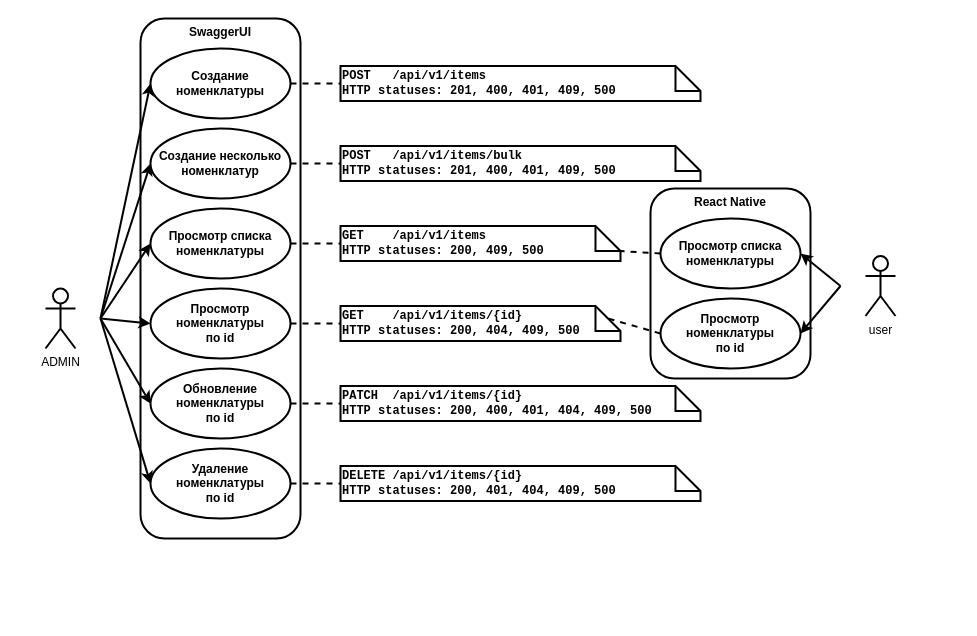
Above: sources/images/UML/UML_precedent_items.drawio in Pavel-Innokentevich-Galanin/dp_report (draw.io), before the change. Source tidied: cells renumbered, new cells numbered last; positions are measured from the earlier drawing's top-left corner, leaving out a move shared by most shapes. Both pictures are drawn from the tidied source at 100%, with x=0, y=0 at pixel (20, 18).
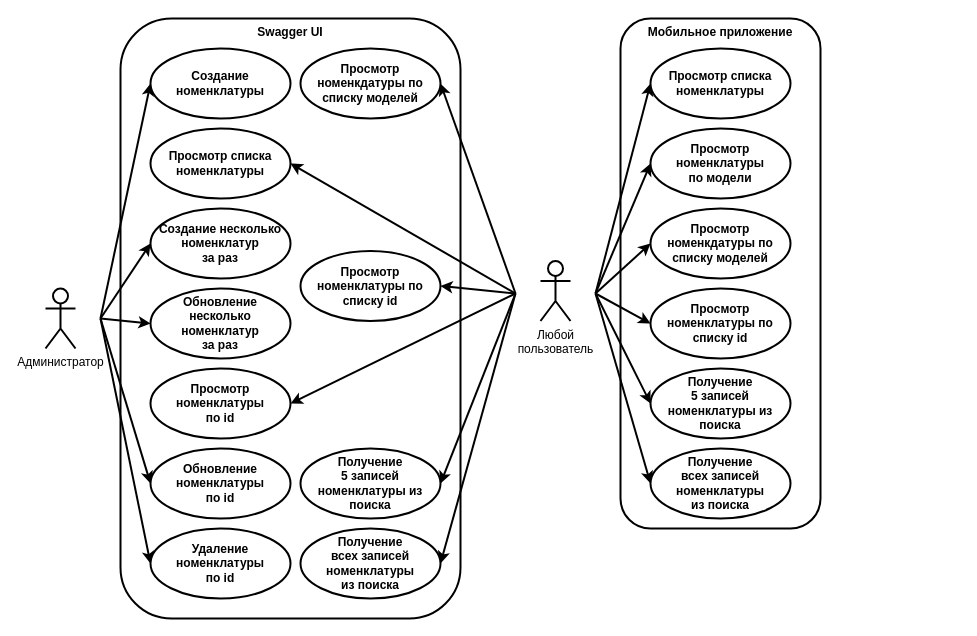
After the change.

Unchanged cells that the change refers to:
```xml
<mxCell id="2" value="&amp;nbsp;" style="html=1;whiteSpace=wrap;fillColor=none;strokeColor=none;" parent="1" vertex="1">
  <mxGeometry y="240" width="80" height="120" as="geometry" />
</mxCell>
<mxCell id="31" value="Создание&lt;br&gt;номенклатуры" style="ellipse;whiteSpace=wrap;html=1;strokeWidth=2;fontStyle=1;" parent="1" vertex="1">
  <mxGeometry x="130" y="30" width="140" height="70" as="geometry" />
</mxCell>
```

Diff of the diagram source:
```diff
@@
-    <mxCell id="3" value="SwaggerUI" style="html=1;whiteSpace=wrap;rounded=1;strokeWidth=2;fontStyle=1;verticalAlign=top;" parent="1" vertex="1">
-      <mxGeometry x="120" width="160" height="520" as="geometry" />
+    <mxCell id="3" value="Swagger UI" style="html=1;whiteSpace=wrap;rounded=1;strokeWidth=2;fontStyle=1;verticalAlign=top;" parent="1" vertex="1">
+      <mxGeometry x="100" width="340" height="600" as="geometry" />
     </mxCell>
-    <mxCell id="4" value="ADMIN" style="shape=umlActor;verticalLabelPosition=bottom;verticalAlign=top;html=1;fontStyle=0;strokeWidth=2;" parent="1" vertex="1">
+    <mxCell id="4" value="Администратор" style="shape=umlActor;verticalLabelPosition=bottom;verticalAlign=top;html=1;fontStyle=0;strokeWidth=2;" parent="1" vertex="1">
       <mxGeometry x="25" y="270" width="30" height="60" as="geometry" />
     </mxCell>
-    <mxCell id="5" value="React Native" style="html=1;whiteSpace=wrap;rounded=1;strokeWidth=2;fontStyle=1;verticalAlign=top;" parent="1" vertex="1">
-      <mxGeometry x="630" y="170" width="160" height="190" as="geometry" />
+    <mxCell id="5" value="Мобильное приложение" style="html=1;whiteSpace=wrap;rounded=1;strokeWidth=2;fontStyle=1;verticalAlign=top;" parent="1" vertex="1">
+      <mxGeometry x="600" width="200" height="510" as="geometry" />
     </mxCell>
-    <mxCell id="6" style="rounded=0;jettySize=auto;html=1;exitX=1;exitY=0.5;exitDx=0;exitDy=0;entryX=0;entryY=0.5;entryDx=0;entryDy=0;entryPerimeter=0;dashed=1;endArrow=none;endFill=0;strokeWidth=2;" parent="1" edge="1" source="7" target="25">
-      <mxGeometry relative="1" as="geometry" />
-    </mxCell>
-    <mxCell id="7" value="Создание несколько&lt;br&gt;номенклатур" style="ellipse;whiteSpace=wrap;html=1;strokeWidth=2;fontStyle=1;" parent="1" vertex="1">
-      <mxGeometry x="130" y="110" width="140" height="70" as="geometry" />
+    <mxCell id="7" value="Создание несколько&lt;br&gt;номенклатур&lt;br&gt;за раз" style="ellipse;whiteSpace=wrap;html=1;strokeWidth=2;fontStyle=1;" parent="1" vertex="1">
+      <mxGeometry x="130" y="190" width="140" height="70" as="geometry" />
     </mxCell>
-    <mxCell id="8" style="rounded=0;jettySize=auto;html=1;exitX=1;exitY=0.5;exitDx=0;exitDy=0;entryX=0;entryY=0.5;entryDx=0;entryDy=0;entryPerimeter=0;dashed=1;endArrow=none;endFill=0;strokeWidth=2;" parent="1" edge="1" source="9" target="26">
-      <mxGeometry relative="1" as="geometry" />
-    </mxCell>
     <mxCell id="9" value="Просмотр списка номенклатуры" style="ellipse;whiteSpace=wrap;html=1;strokeWidth=2;fontStyle=1;" parent="1" vertex="1">
-      <mxGeometry x="130" y="190" width="140" height="70" as="geometry" />
+      <mxGeometry x="130" y="110" width="140" height="70" as="geometry" />
     </mxCell>
-    <mxCell id="10" style="rounded=0;jettySize=auto;html=1;exitX=0;exitY=0.5;exitDx=0;exitDy=0;entryX=0;entryY=0;entryDx=280;entryDy=25;entryPerimeter=0;strokeWidth=2;dashed=1;endArrow=none;endFill=0;fontFamily=Courier New;" parent="1" edge="1" source="11" target="26">
-      <mxGeometry relative="1" as="geometry" />
-    </mxCell>
     <mxCell id="11" value="Просмотр списка номенклатуры" style="ellipse;whiteSpace=wrap;html=1;strokeWidth=2;fontStyle=1;" parent="1" vertex="1">
-      <mxGeometry x="640" y="200" width="140" height="70" as="geometry" />
+      <mxGeometry x="630" y="30" width="140" height="70" as="geometry" />
     </mxCell>
-    <mxCell id="12" style="rounded=0;jettySize=auto;html=1;exitX=1;exitY=0.5;exitDx=0;exitDy=0;dashed=1;endArrow=none;endFill=0;strokeWidth=2;" parent="1" edge="1" source="13" target="27">
-      <mxGeometry relative="1" as="geometry" />
-    </mxCell>
     <mxCell id="13" value="Просмотр номенклатуры&lt;br&gt;по id" style="ellipse;whiteSpace=wrap;html=1;strokeWidth=2;fontStyle=1;" parent="1" vertex="1">
-      <mxGeometry x="130" y="270" width="140" height="70" as="geometry" />
+      <mxGeometry x="130" y="350" width="140" height="70" as="geometry" />
     </mxCell>
-    <mxCell id="14" style="rounded=0;jettySize=auto;html=1;exitX=0;exitY=0.5;exitDx=0;exitDy=0;strokeWidth=2;dashed=1;endArrow=none;endFill=0;fontFamily=Courier New;entryX=0;entryY=0;entryDx=267.5;entryDy=12.5;entryPerimeter=0;" parent="1" edge="1" source="15" target="27">
-      <mxGeometry relative="1" as="geometry" />
-    </mxCell>
-    <mxCell id="15" value="Просмотр номенклатуры&lt;br&gt;по id" style="ellipse;whiteSpace=wrap;html=1;strokeWidth=2;fontStyle=1;" parent="1" vertex="1">
-      <mxGeometry x="640" y="280" width="140" height="70" as="geometry" />
+    <mxCell id="15" value="Просмотр номенклатуры&lt;br&gt;по модели" style="ellipse;whiteSpace=wrap;html=1;strokeWidth=2;fontStyle=1;" parent="1" vertex="1">
+      <mxGeometry x="630" y="110" width="140" height="70" as="geometry" />
     </mxCell>
-    <mxCell id="16" style="rounded=0;jettySize=auto;html=1;exitX=1;exitY=0.5;exitDx=0;exitDy=0;dashed=1;strokeWidth=2;endArrow=none;endFill=0;" parent="1" edge="1" source="17" target="28">
-      <mxGeometry relative="1" as="geometry" />
-    </mxCell>
     <mxCell id="17" value="Обновление номенклатуры&lt;br&gt;по id" style="ellipse;whiteSpace=wrap;html=1;strokeWidth=2;fontStyle=1;" parent="1" vertex="1">
-      <mxGeometry x="130" y="350" width="140" height="70" as="geometry" />
+      <mxGeometry x="130" y="430" width="140" height="70" as="geometry" />
     </mxCell>
-    <mxCell id="18" style="rounded=0;jettySize=auto;html=1;exitX=1;exitY=0.5;exitDx=0;exitDy=0;entryX=0;entryY=0.5;entryDx=0;entryDy=0;entryPerimeter=0;dashed=1;endArrow=none;endFill=0;strokeWidth=2;" parent="1" edge="1" source="19" target="29">
-      <mxGeometry relative="1" as="geometry" />
-    </mxCell>
     <mxCell id="19" value="Удаление номенклатуры&lt;br&gt;по id" style="ellipse;whiteSpace=wrap;html=1;strokeWidth=2;fontStyle=1;" parent="1" vertex="1">
-      <mxGeometry x="130" y="430" width="140" height="70" as="geometry" />
+      <mxGeometry x="130" y="510" width="140" height="70" as="geometry" />
     </mxCell>
@@
-    <mxCell id="21" style="rounded=0;jettySize=auto;html=1;exitX=1;exitY=0.5;exitDx=0;exitDy=0;entryX=0;entryY=0.5;entryDx=0;entryDy=0;strokeWidth=2;" parent="1" edge="1" source="2" target="9">
-      <mxGeometry relative="1" as="geometry" />
-    </mxCell>
-    <mxCell id="22" style="rounded=0;jettySize=auto;html=1;exitX=1;exitY=0.5;exitDx=0;exitDy=0;entryX=0;entryY=0.5;entryDx=0;entryDy=0;strokeWidth=2;" parent="1" edge="1" source="2" target="13">
-      <mxGeometry relative="1" as="geometry" />
-    </mxCell>
@@
-    <mxCell id="25" value="POST&amp;nbsp; &amp;nbsp;/api/v1/items/bulk&lt;br&gt;HTTP statuses: 201, 400, 401, 409, 500" style="shape=note2;boundedLbl=1;whiteSpace=wrap;html=1;size=25;verticalAlign=middle;align=left;strokeWidth=2;fontStyle=1;fontFamily=Courier New;" parent="1" vertex="1">
-      <mxGeometry x="320" y="127.5" width="360" height="35" as="geometry" />
-    </mxCell>
-    <mxCell id="26" value="GET&amp;nbsp; &amp;nbsp; /api/v1/items&lt;br&gt;HTTP statuses: 200, 409, 500" style="shape=note2;boundedLbl=1;whiteSpace=wrap;html=1;size=25;verticalAlign=middle;align=left;strokeWidth=2;fontStyle=1;fontFamily=Courier New;" parent="1" vertex="1">
-      <mxGeometry x="320" y="207.5" width="280" height="35" as="geometry" />
-    </mxCell>
-    <mxCell id="27" value="GET&amp;nbsp; &amp;nbsp; /api/v1/items/{id}&lt;br&gt;HTTP statuses: 200, 404, 409, 500" style="shape=note2;boundedLbl=1;whiteSpace=wrap;html=1;size=25;verticalAlign=middle;align=left;strokeWidth=2;fontStyle=1;fontFamily=Courier New;" parent="1" vertex="1">
-      <mxGeometry x="320" y="287.5" width="280" height="35" as="geometry" />
-    </mxCell>
-    <mxCell id="28" value="PATCH&amp;nbsp; /api/v1/items/{id}&lt;br&gt;HTTP statuses: 200, 400, 401, 404, 409, 500" style="shape=note2;boundedLbl=1;whiteSpace=wrap;html=1;size=25;verticalAlign=middle;align=left;strokeWidth=2;fontStyle=1;fontFamily=Courier New;" parent="1" vertex="1">
-      <mxGeometry x="320" y="367.5" width="360" height="35" as="geometry" />
-    </mxCell>
-    <mxCell id="29" value="DELETE /api/v1/items/{id}&lt;br&gt;HTTP statuses: 200, 401, 404, 409, 500" style="shape=note2;boundedLbl=1;whiteSpace=wrap;html=1;size=25;verticalAlign=middle;align=left;strokeWidth=2;fontStyle=1;fontFamily=Courier New;" parent="1" vertex="1">
-      <mxGeometry x="320" y="447.5" width="360" height="35" as="geometry" />
-    </mxCell>
-    <mxCell id="30" style="edgeStyle=orthogonalEdgeStyle;rounded=0;jettySize=auto;html=1;exitX=1;exitY=0.5;exitDx=0;exitDy=0;entryX=0;entryY=0.5;entryDx=0;entryDy=0;entryPerimeter=0;dashed=1;strokeWidth=2;endArrow=none;endFill=0;" parent="1" edge="1" source="31" target="33">
-      <mxGeometry relative="1" as="geometry" />
-    </mxCell>
@@
-    <mxCell id="33" value="POST&amp;nbsp; &amp;nbsp;/api/v1/items&lt;br&gt;HTTP statuses: 201, 400, 401, 409, 500" style="shape=note2;boundedLbl=1;whiteSpace=wrap;html=1;size=25;verticalAlign=middle;align=left;strokeWidth=2;fontStyle=1;fontFamily=Courier New;" parent="1" vertex="1">
-      <mxGeometry x="320" y="47.5" width="360" height="35" as="geometry" />
-    </mxCell>
+    <mxCell id="38" style="rounded=0;jettySize=auto;html=1;exitX=0;exitY=0.5;exitDx=0;exitDy=0;entryX=1;entryY=0.5;entryDx=0;entryDy=0;strokeWidth=2;" parent="1" edge="1" source="34" target="9">
+      <mxGeometry relative="1" as="geometry" />
+    </mxCell>
+    <mxCell id="39" style="rounded=0;jettySize=auto;html=1;exitX=0;exitY=0.5;exitDx=0;exitDy=0;entryX=1;entryY=0.5;entryDx=0;entryDy=0;strokeWidth=2;" parent="1" edge="1" source="34" target="52">
+      <mxGeometry relative="1" as="geometry" />
+    </mxCell>
+    <mxCell id="40" style="rounded=0;jettySize=auto;html=1;exitX=0;exitY=0.5;exitDx=0;exitDy=0;entryX=1;entryY=0.5;entryDx=0;entryDy=0;strokeWidth=2;" parent="1" edge="1" source="34" target="53">
+      <mxGeometry relative="1" as="geometry" />
+    </mxCell>
+    <mxCell id="41" style="rounded=0;jettySize=auto;html=1;exitX=0;exitY=0.5;exitDx=0;exitDy=0;entryX=1;entryY=0.5;entryDx=0;entryDy=0;strokeWidth=2;" parent="1" edge="1" source="34" target="13">
+      <mxGeometry relative="1" as="geometry" />
+    </mxCell>
+    <mxCell id="42" style="rounded=0;jettySize=auto;html=1;exitX=0;exitY=0.5;exitDx=0;exitDy=0;entryX=1;entryY=0.5;entryDx=0;entryDy=0;strokeWidth=2;" parent="1" edge="1" source="34" target="54">
+      <mxGeometry relative="1" as="geometry" />
+    </mxCell>
+    <mxCell id="43" style="rounded=0;jettySize=auto;html=1;exitX=0;exitY=0.5;exitDx=0;exitDy=0;entryX=1;entryY=0.5;entryDx=0;entryDy=0;strokeWidth=2;" parent="1" edge="1" source="34" target="55">
+      <mxGeometry relative="1" as="geometry" />
+    </mxCell>
+    <mxCell id="44" style="rounded=0;jettySize=auto;html=1;exitX=1;exitY=0.5;exitDx=0;exitDy=0;entryX=0;entryY=0.5;entryDx=0;entryDy=0;strokeWidth=2;" parent="1" edge="1" source="34" target="11">
+      <mxGeometry relative="1" as="geometry" />
+    </mxCell>
+    <mxCell id="45" style="rounded=0;jettySize=auto;html=1;exitX=1;exitY=0.5;exitDx=0;exitDy=0;entryX=0;entryY=0.5;entryDx=0;entryDy=0;strokeWidth=2;" parent="1" edge="1" source="34" target="15">
+      <mxGeometry relative="1" as="geometry" />
+    </mxCell>
+    <mxCell id="46" style="rounded=0;jettySize=auto;html=1;exitX=1;exitY=0.5;exitDx=0;exitDy=0;entryX=0;entryY=0.5;entryDx=0;entryDy=0;strokeWidth=2;" parent="1" edge="1" source="34" target="56">
+      <mxGeometry relative="1" as="geometry" />
+    </mxCell>
+    <mxCell id="47" style="rounded=0;jettySize=auto;html=1;exitX=1;exitY=0.5;exitDx=0;exitDy=0;entryX=0;entryY=0.5;entryDx=0;entryDy=0;strokeWidth=2;" parent="1" edge="1" source="34" target="57">
+      <mxGeometry relative="1" as="geometry" />
+    </mxCell>
+    <mxCell id="48" style="rounded=0;jettySize=auto;html=1;exitX=1;exitY=0.5;exitDx=0;exitDy=0;entryX=0;entryY=0.5;entryDx=0;entryDy=0;strokeWidth=2;" parent="1" edge="1" source="34" target="58">
+      <mxGeometry relative="1" as="geometry" />
+    </mxCell>
+    <mxCell id="49" style="rounded=0;jettySize=auto;html=1;exitX=1;exitY=0.5;exitDx=0;exitDy=0;entryX=0;entryY=0.5;entryDx=0;entryDy=0;strokeWidth=2;" parent="1" edge="1" source="34" target="59">
+      <mxGeometry relative="1" as="geometry" />
+    </mxCell>
     <mxCell id="34" value="&amp;nbsp;" style="html=1;whiteSpace=wrap;fillColor=none;strokeColor=none;" parent="1" vertex="1">
-      <mxGeometry x="860" y="207.5" width="80" height="120" as="geometry" />
+      <mxGeometry x="495" y="215" width="80" height="120" as="geometry" />
     </mxCell>
-    <mxCell id="35" value="user" style="shape=umlActor;verticalLabelPosition=bottom;verticalAlign=top;html=1;fontStyle=0;strokeWidth=2;" parent="1" vertex="1">
-      <mxGeometry x="845" y="237.5" width="30" height="60" as="geometry" />
+    <mxCell id="35" value="Любой&lt;br&gt;пользователь" style="shape=umlActor;verticalLabelPosition=bottom;verticalAlign=top;html=1;fontStyle=0;strokeWidth=2;" parent="1" vertex="1">
+      <mxGeometry x="520" y="242.5" width="30" height="60" as="geometry" />
     </mxCell>
-    <mxCell id="36" style="rounded=0;jettySize=auto;html=1;exitX=0;exitY=0.5;exitDx=0;exitDy=0;entryX=1;entryY=0.5;entryDx=0;entryDy=0;strokeWidth=2;" parent="1" edge="1" target="11">
-      <mxGeometry relative="1" as="geometry">
-        <mxPoint x="820" y="267.5" as="sourcePoint" />
-      </mxGeometry>
-    </mxCell>
-    <mxCell id="37" style="rounded=0;jettySize=auto;html=1;exitX=0;exitY=0.5;exitDx=0;exitDy=0;entryX=1;entryY=0.5;entryDx=0;entryDy=0;strokeWidth=2;" parent="1" edge="1" target="15">
-      <mxGeometry relative="1" as="geometry">
-        <mxPoint x="820" y="267.5" as="sourcePoint" />
-      </mxGeometry>
-    </mxCell>
+    <mxCell id="50" value="Обновление несколько&lt;br&gt;номенклатур&lt;br&gt;за раз" style="ellipse;whiteSpace=wrap;html=1;strokeWidth=2;fontStyle=1;" parent="1" vertex="1">
+      <mxGeometry x="130" y="270" width="140" height="70" as="geometry" />
+    </mxCell>
+    <mxCell id="51" style="rounded=0;jettySize=auto;html=1;exitX=1;exitY=0.5;exitDx=0;exitDy=0;entryX=0;entryY=0.5;entryDx=0;entryDy=0;strokeWidth=2;" parent="1" edge="1" source="2" target="50">
+      <mxGeometry relative="1" as="geometry" />
+    </mxCell>
+    <mxCell id="52" value="Просмотр номенкдатуры по списку моделей" style="ellipse;whiteSpace=wrap;html=1;strokeWidth=2;fontStyle=1;" parent="1" vertex="1">
+      <mxGeometry x="280" y="30" width="140" height="70" as="geometry" />
+    </mxCell>
+    <mxCell id="53" value="Просмотр номенклатуры по списку id" style="ellipse;whiteSpace=wrap;html=1;strokeWidth=2;fontStyle=1;" parent="1" vertex="1">
+      <mxGeometry x="280" y="232.5" width="140" height="70" as="geometry" />
+    </mxCell>
+    <mxCell id="54" value="Получение&lt;br&gt;5 записей номенклатуры из поиска" style="ellipse;whiteSpace=wrap;html=1;strokeWidth=2;fontStyle=1;" parent="1" vertex="1">
+      <mxGeometry x="280" y="430" width="140" height="70" as="geometry" />
+    </mxCell>
+    <mxCell id="55" value="Получение&lt;br&gt;всех записей номенклатуры&lt;br&gt;из поиска" style="ellipse;whiteSpace=wrap;html=1;strokeWidth=2;fontStyle=1;" parent="1" vertex="1">
+      <mxGeometry x="280" y="510" width="140" height="70" as="geometry" />
+    </mxCell>
+    <mxCell id="56" value="Просмотр номенкдатуры по списку моделей" style="ellipse;whiteSpace=wrap;html=1;strokeWidth=2;fontStyle=1;" parent="1" vertex="1">
+      <mxGeometry x="630" y="190" width="140" height="70" as="geometry" />
+    </mxCell>
+    <mxCell id="57" value="Просмотр номенклатуры по списку id" style="ellipse;whiteSpace=wrap;html=1;strokeWidth=2;fontStyle=1;" parent="1" vertex="1">
+      <mxGeometry x="630" y="270" width="140" height="70" as="geometry" />
+    </mxCell>
+    <mxCell id="58" value="Получение&lt;br&gt;5 записей номенклатуры из поиска" style="ellipse;whiteSpace=wrap;html=1;strokeWidth=2;fontStyle=1;" parent="1" vertex="1">
+      <mxGeometry x="630" y="350" width="140" height="70" as="geometry" />
+    </mxCell>
+    <mxCell id="59" value="Получение&lt;br&gt;всех записей номенклатуры&lt;br&gt;из поиска" style="ellipse;whiteSpace=wrap;html=1;strokeWidth=2;fontStyle=1;" parent="1" vertex="1">
+      <mxGeometry x="630" y="430" width="140" height="70" as="geometry" />
+    </mxCell>
```
